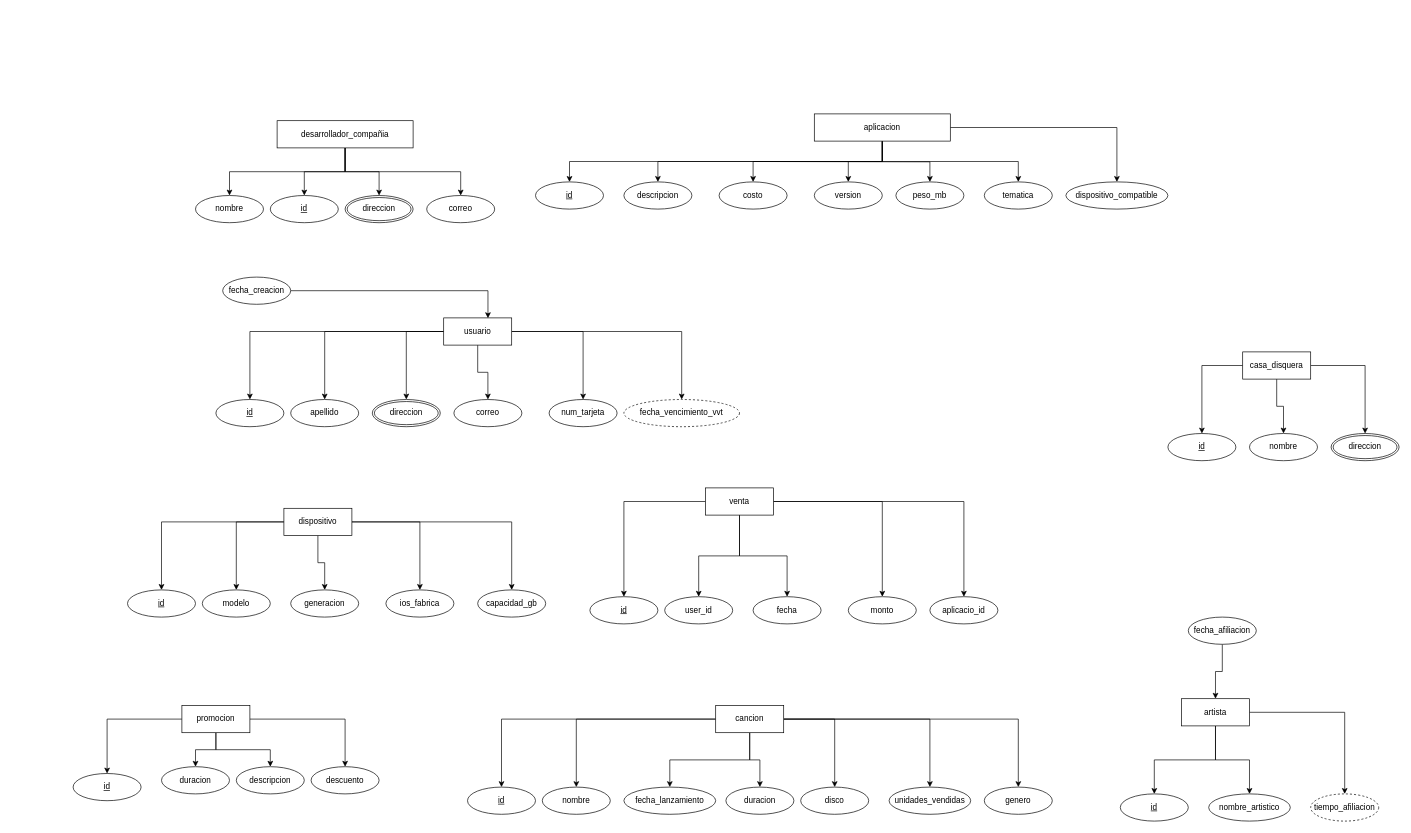
This is Untitled Diagram.drawio from trilord243/Modelo-ER, a draw.io file, before an edit. Source tidied: cells renumbered, new cells numbered last; positions are measured from the earlier drawing's top-left corner, leaving out a move shared by most shapes. Both pictures are drawn from the tidied source at 68%, with x=0, y=0 at pixel (73, 114).
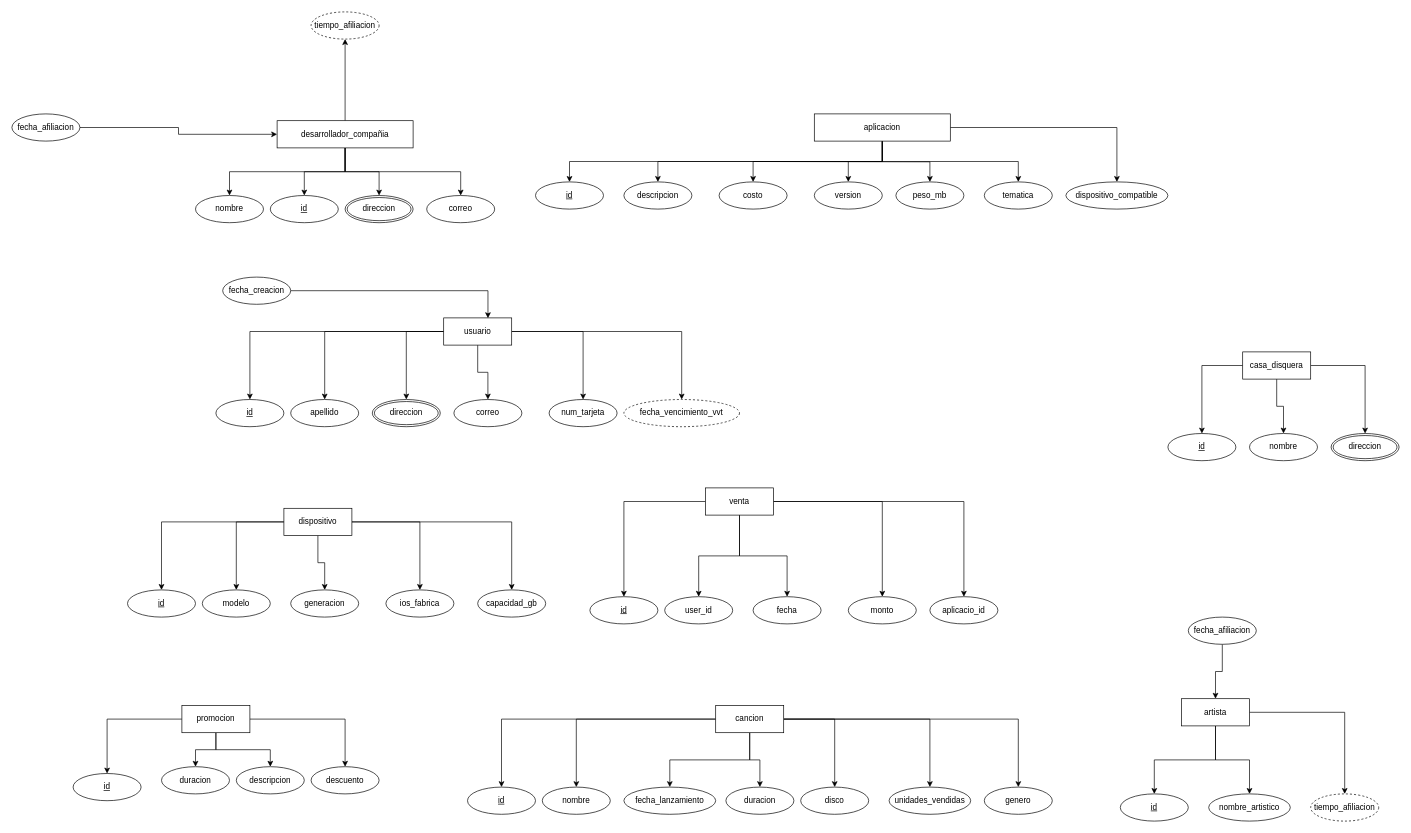
After the change.

The change refers to these unchanged cells:
```xml
<mxCell id="6" value="desarrollador_compañia" style="whiteSpace=wrap;html=1;align=center;" parent="1" vertex="1">
  <mxGeometry x="300" y="10" width="200" height="40" as="geometry" />
</mxCell>
```

Diff of the diagram source:
```diff
@@
+    <mxCell id="103" style="edgeStyle=orthogonalEdgeStyle;rounded=0;jettySize=auto;html=1;entryX=0.5;entryY=1;entryDx=0;entryDy=0;" parent="1" edge="1" source="6" target="104">
+      <mxGeometry relative="1" as="geometry" />
+    </mxCell>
@@
+    <mxCell id="104" value="tiempo_afiliacion" style="ellipse;whiteSpace=wrap;html=1;align=center;dashed=1;" parent="1" vertex="1">
+      <mxGeometry x="350" y="-150" width="100" height="40" as="geometry" />
+    </mxCell>
+    <mxCell id="105" style="edgeStyle=orthogonalEdgeStyle;rounded=0;jettySize=auto;html=1;entryX=0;entryY=0.5;entryDx=0;entryDy=0;" parent="1" edge="1" source="106" target="6">
+      <mxGeometry relative="1" as="geometry" />
+    </mxCell>
+    <mxCell id="106" value="fecha_afiliacion" style="ellipse;whiteSpace=wrap;html=1;align=center;" parent="1" vertex="1">
+      <mxGeometry x="-90" width="100" height="40" as="geometry" />
+    </mxCell>
```
